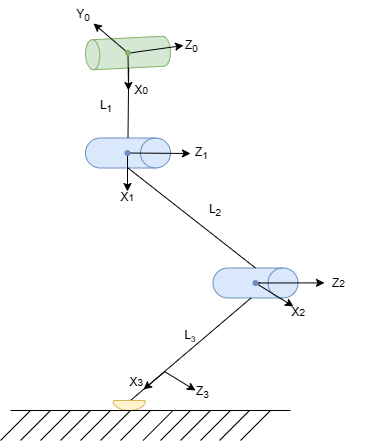
POMBNK/Diploma-2.0 keeps this draw.io diagram as img/kinematic.png. Above is the earlier version. Source tidied: cells renumbered, new cells last; positions are measured from the earlier drawing's top-left corner, leaving out a move shared by most shapes. The source it was exported from:
```xml
<mxGraphModel>
  <root>
    <mxCell id="0" />
    <mxCell id="1" parent="0" />
    <mxCell id="2" style="shape=cylinder3;whiteSpace=wrap;html=1;boundedLbl=1;backgroundOutline=1;size=7.160386827256957;rotation=-92.7;fillColor=#d5e8d4;strokeColor=#82b366;" parent="1" vertex="1">
      <mxGeometry x="112.5" y="10" width="30" height="85" as="geometry" />
    </mxCell>
    <mxCell id="3" style="shape=cylinder3;whiteSpace=wrap;html=1;boundedLbl=1;backgroundOutline=1;size=15;rotation=90;fillColor=#dae8fc;strokeColor=#6c8ebf;" parent="1" vertex="1">
      <mxGeometry x="112.5" y="110" width="30" height="85" as="geometry" />
    </mxCell>
    <mxCell id="4" style="shape=cylinder3;whiteSpace=wrap;html=1;boundedLbl=1;backgroundOutline=1;size=15;rotation=90;fillColor=#dae8fc;strokeColor=#6c8ebf;" parent="1" vertex="1">
      <mxGeometry x="240" y="240" width="30" height="85" as="geometry" />
    </mxCell>
    <mxCell id="5" style="endArrow=none;html=1;rounded=0;exitX=0;exitY=0.5;exitDx=0;exitDy=0;exitPerimeter=0;entryX=0;entryY=0.5;entryDx=0;entryDy=0;entryPerimeter=0;" parent="1" edge="1" source="3" target="2">
      <mxGeometry relative="1" as="geometry" />
    </mxCell>
    <mxCell id="6" style="endArrow=none;html=1;rounded=0;exitX=0;exitY=0.5;exitDx=0;exitDy=0;exitPerimeter=0;entryX=1;entryY=0.5;entryDx=0;entryDy=0;entryPerimeter=0;" parent="1" edge="1" source="4" target="3">
      <mxGeometry relative="1" as="geometry" />
    </mxCell>
    <mxCell id="7" style="endArrow=none;html=1;rounded=0;entryX=1.003;entryY=0.554;entryDx=0;entryDy=0;entryPerimeter=0;" parent="1" edge="1" target="4">
      <mxGeometry relative="1" as="geometry">
        <mxPoint x="130" y="400" as="sourcePoint" />
      </mxGeometry>
    </mxCell>
    <mxCell id="8" style="verticalLabelPosition=bottom;verticalAlign=top;html=1;shape=mxgraph.basic.half_circle;fillColor=#fff2cc;strokeColor=#d6b656;" parent="1" vertex="1">
      <mxGeometry x="112.5" y="400" width="32.5" height="10" as="geometry" />
    </mxCell>
    <mxCell id="9" style="endArrow=none;html=1;rounded=0;" parent="1" edge="1">
      <mxGeometry relative="1" as="geometry">
        <mxPoint x="10" y="410" as="sourcePoint" />
        <mxPoint x="290" y="410" as="targetPoint" />
      </mxGeometry>
    </mxCell>
    <mxCell id="10" style="endArrow=none;html=1;rounded=0;" parent="1" edge="1">
      <mxGeometry relative="1" as="geometry">
        <mxPoint y="440" as="sourcePoint" />
        <mxPoint x="30" y="410" as="targetPoint" />
      </mxGeometry>
    </mxCell>
    <mxCell id="11" style="endArrow=none;html=1;rounded=0;" parent="1" edge="1">
      <mxGeometry relative="1" as="geometry">
        <mxPoint x="20" y="440" as="sourcePoint" />
        <mxPoint x="50" y="410" as="targetPoint" />
      </mxGeometry>
    </mxCell>
    <mxCell id="12" style="endArrow=none;html=1;rounded=0;" parent="1" edge="1">
      <mxGeometry relative="1" as="geometry">
        <mxPoint x="40" y="440" as="sourcePoint" />
        <mxPoint x="70" y="410" as="targetPoint" />
      </mxGeometry>
    </mxCell>
    <mxCell id="13" style="endArrow=none;html=1;rounded=0;" parent="1" edge="1">
      <mxGeometry relative="1" as="geometry">
        <mxPoint x="60" y="440" as="sourcePoint" />
        <mxPoint x="90" y="410" as="targetPoint" />
      </mxGeometry>
    </mxCell>
    <mxCell id="14" style="endArrow=none;html=1;rounded=0;" parent="1" edge="1">
      <mxGeometry relative="1" as="geometry">
        <mxPoint x="80" y="440" as="sourcePoint" />
        <mxPoint x="110" y="410" as="targetPoint" />
      </mxGeometry>
    </mxCell>
    <mxCell id="15" style="endArrow=none;html=1;rounded=0;" parent="1" edge="1">
      <mxGeometry relative="1" as="geometry">
        <mxPoint x="100" y="440" as="sourcePoint" />
        <mxPoint x="130" y="410" as="targetPoint" />
      </mxGeometry>
    </mxCell>
    <mxCell id="16" style="endArrow=none;html=1;rounded=0;" parent="1" edge="1">
      <mxGeometry relative="1" as="geometry">
        <mxPoint x="120" y="440" as="sourcePoint" />
        <mxPoint x="150" y="410" as="targetPoint" />
      </mxGeometry>
    </mxCell>
    <mxCell id="17" style="endArrow=none;html=1;rounded=0;" parent="1" edge="1">
      <mxGeometry relative="1" as="geometry">
        <mxPoint x="142.5" y="440" as="sourcePoint" />
        <mxPoint x="172.5" y="410" as="targetPoint" />
      </mxGeometry>
    </mxCell>
    <mxCell id="18" style="endArrow=none;html=1;rounded=0;" parent="1" edge="1">
      <mxGeometry relative="1" as="geometry">
        <mxPoint x="160" y="440" as="sourcePoint" />
        <mxPoint x="190" y="410" as="targetPoint" />
      </mxGeometry>
    </mxCell>
    <mxCell id="19" style="endArrow=none;html=1;rounded=0;" parent="1" edge="1">
      <mxGeometry relative="1" as="geometry">
        <mxPoint x="180" y="440" as="sourcePoint" />
        <mxPoint x="210" y="410" as="targetPoint" />
      </mxGeometry>
    </mxCell>
    <mxCell id="20" style="endArrow=none;html=1;rounded=0;" parent="1" edge="1">
      <mxGeometry relative="1" as="geometry">
        <mxPoint x="200" y="440" as="sourcePoint" />
        <mxPoint x="230" y="410" as="targetPoint" />
      </mxGeometry>
    </mxCell>
    <mxCell id="21" style="endArrow=none;html=1;rounded=0;" parent="1" edge="1">
      <mxGeometry relative="1" as="geometry">
        <mxPoint x="219" y="440" as="sourcePoint" />
        <mxPoint x="249" y="410" as="targetPoint" />
      </mxGeometry>
    </mxCell>
    <mxCell id="22" style="endArrow=none;html=1;rounded=0;" parent="1" edge="1">
      <mxGeometry relative="1" as="geometry">
        <mxPoint x="240" y="440" as="sourcePoint" />
        <mxPoint x="270" y="410" as="targetPoint" />
      </mxGeometry>
    </mxCell>
    <mxCell id="23" style="endArrow=classic;html=1;rounded=0;exitX=0.461;exitY=0.631;exitDx=0;exitDy=0;exitPerimeter=0;" parent="1" edge="1" source="38">
      <mxGeometry relative="1" as="geometry">
        <mxPoint x="128" y="90" as="targetPoint" />
      </mxGeometry>
    </mxCell>
    <mxCell id="24" style="endArrow=classic;html=1;rounded=0;exitX=0.461;exitY=0.631;exitDx=0;exitDy=0;exitPerimeter=0;" parent="1" edge="1">
      <mxGeometry relative="1" as="geometry">
        <mxPoint x="130" y="52.4" as="sourcePoint" />
        <mxPoint x="183" y="45" as="targetPoint" />
      </mxGeometry>
    </mxCell>
    <mxCell id="25" style="endArrow=classic;html=1;rounded=0;" parent="1" edge="1" source="38">
      <mxGeometry relative="1" as="geometry">
        <mxPoint x="93" y="23" as="targetPoint" />
      </mxGeometry>
    </mxCell>
    <mxCell id="26" style="endArrow=classic;html=1;rounded=0;exitX=0.669;exitY=0.506;exitDx=0;exitDy=0;exitPerimeter=0;" parent="1" edge="1" source="28">
      <mxGeometry relative="1" as="geometry">
        <mxPoint x="190" y="153" as="targetPoint" />
      </mxGeometry>
    </mxCell>
    <mxCell id="27" style="endArrow=classic;html=1;rounded=0;exitX=0.669;exitY=0.506;exitDx=0;exitDy=0;exitPerimeter=0;" parent="1" edge="1">
      <mxGeometry relative="1" as="geometry">
        <mxPoint x="127" y="154" as="sourcePoint" />
        <mxPoint x="127" y="191" as="targetPoint" />
      </mxGeometry>
    </mxCell>
    <mxCell id="28" style="shape=waypoint;sketch=0;fillStyle=solid;size=6;points=[];fillColor=#dae8fc;perimeter=centerPerimeter;snapToPoint=1;strokeColor=#6c8ebf;" parent="1" vertex="1">
      <mxGeometry x="117" y="142.5" width="20" height="20" as="geometry" />
    </mxCell>
    <mxCell id="29" style="endArrow=classic;html=1;rounded=0;exitDx=0;exitDy=0;exitPerimeter=0;startArrow=none;" parent="1" edge="1" source="32">
      <mxGeometry relative="1" as="geometry">
        <mxPoint x="324" y="282.4" as="targetPoint" />
      </mxGeometry>
    </mxCell>
    <mxCell id="30" style="endArrow=none;html=1;rounded=0;exitX=0.669;exitY=0.506;exitDx=0;exitDy=0;exitPerimeter=0;" parent="1" edge="1" target="32">
      <mxGeometry relative="1" as="geometry">
        <mxPoint x="260" y="282.4" as="sourcePoint" />
      </mxGeometry>
    </mxCell>
    <mxCell id="31" style="endArrow=classic;html=1;rounded=0;" parent="1" edge="1" source="32">
      <mxGeometry relative="1" as="geometry">
        <mxPoint x="293" y="306" as="targetPoint" />
      </mxGeometry>
    </mxCell>
    <mxCell id="32" style="shape=waypoint;sketch=0;fillStyle=solid;size=6;points=[];fillColor=#dae8fc;perimeter=centerPerimeter;snapToPoint=1;strokeColor=#6c8ebf;" parent="1" vertex="1">
      <mxGeometry x="245" y="272.5" width="20" height="20" as="geometry" />
    </mxCell>
    <mxCell id="33" style="endArrow=classic;html=1;rounded=0;exitDx=0;exitDy=0;exitPerimeter=0;startArrow=none;" parent="1" edge="1">
      <mxGeometry relative="1" as="geometry">
        <mxPoint x="164" y="371" as="sourcePoint" />
        <mxPoint x="195" y="390" as="targetPoint" />
      </mxGeometry>
    </mxCell>
    <mxCell id="34" style="endArrow=classic;html=1;rounded=0;exitDx=0;exitDy=0;exitPerimeter=0;startArrow=none;" parent="1" edge="1">
      <mxGeometry relative="1" as="geometry">
        <mxPoint x="164.5" y="371" as="sourcePoint" />
        <mxPoint x="143" y="389" as="targetPoint" />
      </mxGeometry>
    </mxCell>
    <mxCell id="35" value="Y&lt;sub&gt;0&lt;/sub&gt;" style="text;html=1;strokeColor=none;fillColor=none;align=center;verticalAlign=middle;whiteSpace=wrap;rounded=0;" parent="1" vertex="1">
      <mxGeometry x="52.5" width="60" height="30" as="geometry" />
    </mxCell>
    <mxCell id="36" value="Z&lt;sub&gt;0&lt;/sub&gt;&amp;nbsp;" style="text;html=1;strokeColor=none;fillColor=none;align=center;verticalAlign=middle;whiteSpace=wrap;rounded=0;" parent="1" vertex="1">
      <mxGeometry x="163" y="31" width="60" height="30" as="geometry" />
    </mxCell>
    <mxCell id="37" value="&lt;sub&gt;&lt;span style=&quot;font-size: 12px;&quot;&gt;X&lt;/span&gt;0&lt;/sub&gt;&amp;nbsp;" style="text;html=1;strokeColor=none;fillColor=none;align=center;verticalAlign=middle;whiteSpace=wrap;rounded=0;" parent="1" vertex="1">
      <mxGeometry x="113" y="73" width="60" height="30" as="geometry" />
    </mxCell>
    <mxCell id="38" style="shape=waypoint;sketch=0;fillStyle=solid;size=6;points=[];fillColor=#d5e8d4;perimeter=centerPerimeter;snapToPoint=1;strokeColor=#82b366;" parent="1" vertex="1">
      <mxGeometry x="117.5" y="42.5" width="20" height="20" as="geometry" />
    </mxCell>
    <mxCell id="39" value="L&lt;sub&gt;1&lt;/sub&gt;" style="text;html=1;strokeColor=none;fillColor=none;align=center;verticalAlign=middle;whiteSpace=wrap;rounded=0;" parent="1" vertex="1">
      <mxGeometry x="76" y="91" width="60" height="30" as="geometry" />
    </mxCell>
    <mxCell id="40" value="L&lt;sub&gt;2&lt;/sub&gt;" style="text;html=1;strokeColor=none;fillColor=none;align=center;verticalAlign=middle;whiteSpace=wrap;rounded=0;" parent="1" vertex="1">
      <mxGeometry x="185" y="195" width="60" height="30" as="geometry" />
    </mxCell>
    <mxCell id="41" value="&lt;sub&gt;&lt;span style=&quot;font-size: 12px;&quot;&gt;X&lt;/span&gt;1&lt;/sub&gt;&amp;nbsp;" style="text;html=1;strokeColor=none;fillColor=none;align=center;verticalAlign=middle;whiteSpace=wrap;rounded=0;" parent="1" vertex="1">
      <mxGeometry x="98.8" y="180" width="60" height="30" as="geometry" />
    </mxCell>
    <mxCell id="42" value="Z&lt;sub&gt;1&lt;/sub&gt;&amp;nbsp;" style="text;html=1;strokeColor=none;fillColor=none;align=center;verticalAlign=middle;whiteSpace=wrap;rounded=0;" parent="1" vertex="1">
      <mxGeometry x="173" y="137.5" width="60" height="30" as="geometry" />
    </mxCell>
    <mxCell id="43" value="&lt;sub&gt;&lt;span style=&quot;font-size: 12px;&quot;&gt;X&lt;/span&gt;2&lt;/sub&gt;&amp;nbsp;" style="text;html=1;strokeColor=none;fillColor=none;align=center;verticalAlign=middle;whiteSpace=wrap;rounded=0;" parent="1" vertex="1">
      <mxGeometry x="270" y="295" width="60" height="30" as="geometry" />
    </mxCell>
    <mxCell id="44" value="Z&lt;sub&gt;3&lt;/sub&gt;&amp;nbsp;" style="text;html=1;strokeColor=none;fillColor=none;align=center;verticalAlign=middle;whiteSpace=wrap;rounded=0;" parent="1" vertex="1">
      <mxGeometry x="174" y="377" width="60" height="30" as="geometry" />
    </mxCell>
    <mxCell id="45" value="&lt;sub&gt;&lt;span style=&quot;font-size: 12px;&quot;&gt;X&lt;/span&gt;3&lt;/sub&gt;&amp;nbsp;" style="text;html=1;strokeColor=none;fillColor=none;align=center;verticalAlign=middle;whiteSpace=wrap;rounded=0;" parent="1" vertex="1">
      <mxGeometry x="108" y="365" width="60" height="30" as="geometry" />
    </mxCell>
    <mxCell id="46" value="Z&lt;span style=&quot;font-size: 10px;&quot;&gt;2&lt;/span&gt;&amp;nbsp;" style="text;html=1;strokeColor=none;fillColor=none;align=center;verticalAlign=middle;whiteSpace=wrap;rounded=0;" parent="1" vertex="1">
      <mxGeometry x="310" y="267.5" width="60" height="30" as="geometry" />
    </mxCell>
    <mxCell id="47" value="L&lt;span style=&quot;font-size: 10px;&quot;&gt;&lt;sub&gt;3&lt;/sub&gt;&lt;/span&gt;" style="text;html=1;strokeColor=none;fillColor=none;align=center;verticalAlign=middle;whiteSpace=wrap;rounded=0;" parent="1" vertex="1">
      <mxGeometry x="160" y="320" width="60" height="30" as="geometry" />
    </mxCell>
  </root>
</mxGraphModel>
```
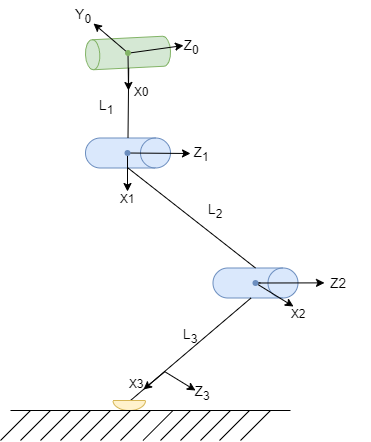
Later version of the same file.

Change to the diagram source:
```diff
@@ -169,43 +169,43 @@
         <mxPoint x="143" y="389" as="targetPoint" />
       </mxGeometry>
     </mxCell>
-    <mxCell id="35" value="Y&lt;sub&gt;0&lt;/sub&gt;" style="text;html=1;strokeColor=none;fillColor=none;align=center;verticalAlign=middle;whiteSpace=wrap;rounded=0;" parent="1" vertex="1">
+    <mxCell id="35" value="&lt;font style=&quot;font-size: 14px;&quot;&gt;Y&lt;sub&gt;0&lt;/sub&gt;&lt;/font&gt;" style="text;html=1;strokeColor=none;fillColor=none;align=center;verticalAlign=middle;whiteSpace=wrap;rounded=0;" parent="1" vertex="1">
       <mxGeometry x="52.5" width="60" height="30" as="geometry" />
     </mxCell>
-    <mxCell id="36" value="Z&lt;sub&gt;0&lt;/sub&gt;&amp;nbsp;" style="text;html=1;strokeColor=none;fillColor=none;align=center;verticalAlign=middle;whiteSpace=wrap;rounded=0;" parent="1" vertex="1">
+    <mxCell id="36" value="&lt;font style=&quot;font-size: 14px;&quot;&gt;Z&lt;sub&gt;0&lt;/sub&gt;&amp;nbsp;&lt;/font&gt;" style="text;html=1;strokeColor=none;fillColor=none;align=center;verticalAlign=middle;whiteSpace=wrap;rounded=0;" parent="1" vertex="1">
       <mxGeometry x="163" y="31" width="60" height="30" as="geometry" />
     </mxCell>
-    <mxCell id="37" value="&lt;sub&gt;&lt;span style=&quot;font-size: 12px;&quot;&gt;X&lt;/span&gt;0&lt;/sub&gt;&amp;nbsp;" style="text;html=1;strokeColor=none;fillColor=none;align=center;verticalAlign=middle;whiteSpace=wrap;rounded=0;" parent="1" vertex="1">
+    <mxCell id="37" value="&lt;font style=&quot;font-size: 14px;&quot;&gt;&lt;sub&gt;X0&lt;/sub&gt;&amp;nbsp;&lt;/font&gt;" style="text;html=1;strokeColor=none;fillColor=none;align=center;verticalAlign=middle;whiteSpace=wrap;rounded=0;" parent="1" vertex="1">
       <mxGeometry x="113" y="73" width="60" height="30" as="geometry" />
     </mxCell>
     <mxCell id="38" style="shape=waypoint;sketch=0;fillStyle=solid;size=6;points=[];fillColor=#d5e8d4;perimeter=centerPerimeter;snapToPoint=1;strokeColor=#82b366;" parent="1" vertex="1">
       <mxGeometry x="117.5" y="42.5" width="20" height="20" as="geometry" />
     </mxCell>
-    <mxCell id="39" value="L&lt;sub&gt;1&lt;/sub&gt;" style="text;html=1;strokeColor=none;fillColor=none;align=center;verticalAlign=middle;whiteSpace=wrap;rounded=0;" parent="1" vertex="1">
+    <mxCell id="39" value="&lt;font style=&quot;font-size: 14px;&quot;&gt;L&lt;sub&gt;1&lt;/sub&gt;&lt;/font&gt;" style="text;html=1;strokeColor=none;fillColor=none;align=center;verticalAlign=middle;whiteSpace=wrap;rounded=0;" parent="1" vertex="1">
       <mxGeometry x="76" y="91" width="60" height="30" as="geometry" />
     </mxCell>
-    <mxCell id="40" value="L&lt;sub&gt;2&lt;/sub&gt;" style="text;html=1;strokeColor=none;fillColor=none;align=center;verticalAlign=middle;whiteSpace=wrap;rounded=0;" parent="1" vertex="1">
+    <mxCell id="40" value="&lt;font style=&quot;font-size: 14px;&quot;&gt;L&lt;sub&gt;2&lt;/sub&gt;&lt;/font&gt;" style="text;html=1;strokeColor=none;fillColor=none;align=center;verticalAlign=middle;whiteSpace=wrap;rounded=0;" parent="1" vertex="1">
       <mxGeometry x="185" y="195" width="60" height="30" as="geometry" />
     </mxCell>
-    <mxCell id="41" value="&lt;sub&gt;&lt;span style=&quot;font-size: 12px;&quot;&gt;X&lt;/span&gt;1&lt;/sub&gt;&amp;nbsp;" style="text;html=1;strokeColor=none;fillColor=none;align=center;verticalAlign=middle;whiteSpace=wrap;rounded=0;" parent="1" vertex="1">
+    <mxCell id="41" value="&lt;font style=&quot;font-size: 14px;&quot;&gt;&lt;sub&gt;X1&lt;/sub&gt;&amp;nbsp;&lt;/font&gt;" style="text;html=1;strokeColor=none;fillColor=none;align=center;verticalAlign=middle;whiteSpace=wrap;rounded=0;" parent="1" vertex="1">
       <mxGeometry x="98.8" y="180" width="60" height="30" as="geometry" />
     </mxCell>
-    <mxCell id="42" value="Z&lt;sub&gt;1&lt;/sub&gt;&amp;nbsp;" style="text;html=1;strokeColor=none;fillColor=none;align=center;verticalAlign=middle;whiteSpace=wrap;rounded=0;" parent="1" vertex="1">
+    <mxCell id="42" value="&lt;font style=&quot;font-size: 14px;&quot;&gt;Z&lt;sub&gt;1&lt;/sub&gt;&amp;nbsp;&lt;/font&gt;" style="text;html=1;strokeColor=none;fillColor=none;align=center;verticalAlign=middle;whiteSpace=wrap;rounded=0;" parent="1" vertex="1">
       <mxGeometry x="173" y="137.5" width="60" height="30" as="geometry" />
     </mxCell>
-    <mxCell id="43" value="&lt;sub&gt;&lt;span style=&quot;font-size: 12px;&quot;&gt;X&lt;/span&gt;2&lt;/sub&gt;&amp;nbsp;" style="text;html=1;strokeColor=none;fillColor=none;align=center;verticalAlign=middle;whiteSpace=wrap;rounded=0;" parent="1" vertex="1">
+    <mxCell id="43" value="&lt;font style=&quot;font-size: 14px;&quot;&gt;&lt;sub&gt;X2&lt;/sub&gt;&amp;nbsp;&lt;/font&gt;" style="text;html=1;strokeColor=none;fillColor=none;align=center;verticalAlign=middle;whiteSpace=wrap;rounded=0;" parent="1" vertex="1">
       <mxGeometry x="270" y="295" width="60" height="30" as="geometry" />
     </mxCell>
-    <mxCell id="44" value="Z&lt;sub&gt;3&lt;/sub&gt;&amp;nbsp;" style="text;html=1;strokeColor=none;fillColor=none;align=center;verticalAlign=middle;whiteSpace=wrap;rounded=0;" parent="1" vertex="1">
+    <mxCell id="44" value="&lt;font style=&quot;font-size: 14px;&quot;&gt;Z&lt;sub&gt;3&lt;/sub&gt;&amp;nbsp;&lt;/font&gt;" style="text;html=1;strokeColor=none;fillColor=none;align=center;verticalAlign=middle;whiteSpace=wrap;rounded=0;" parent="1" vertex="1">
       <mxGeometry x="174" y="377" width="60" height="30" as="geometry" />
     </mxCell>
-    <mxCell id="45" value="&lt;sub&gt;&lt;span style=&quot;font-size: 12px;&quot;&gt;X&lt;/span&gt;3&lt;/sub&gt;&amp;nbsp;" style="text;html=1;strokeColor=none;fillColor=none;align=center;verticalAlign=middle;whiteSpace=wrap;rounded=0;" parent="1" vertex="1">
+    <mxCell id="45" value="&lt;font style=&quot;font-size: 14px;&quot;&gt;&lt;sub&gt;X3&lt;/sub&gt;&amp;nbsp;&lt;/font&gt;" style="text;html=1;strokeColor=none;fillColor=none;align=center;verticalAlign=middle;whiteSpace=wrap;rounded=0;" parent="1" vertex="1">
       <mxGeometry x="108" y="365" width="60" height="30" as="geometry" />
     </mxCell>
-    <mxCell id="46" value="Z&lt;span style=&quot;font-size: 10px;&quot;&gt;2&lt;/span&gt;&amp;nbsp;" style="text;html=1;strokeColor=none;fillColor=none;align=center;verticalAlign=middle;whiteSpace=wrap;rounded=0;" parent="1" vertex="1">
+    <mxCell id="46" value="&lt;font style=&quot;font-size: 14px;&quot;&gt;Z2&amp;nbsp;&lt;/font&gt;" style="text;html=1;strokeColor=none;fillColor=none;align=center;verticalAlign=middle;whiteSpace=wrap;rounded=0;" parent="1" vertex="1">
       <mxGeometry x="310" y="267.5" width="60" height="30" as="geometry" />
     </mxCell>
-    <mxCell id="47" value="L&lt;span style=&quot;font-size: 10px;&quot;&gt;&lt;sub&gt;3&lt;/sub&gt;&lt;/span&gt;" style="text;html=1;strokeColor=none;fillColor=none;align=center;verticalAlign=middle;whiteSpace=wrap;rounded=0;" parent="1" vertex="1">
+    <mxCell id="47" value="&lt;font style=&quot;font-size: 14px;&quot;&gt;L&lt;sub style=&quot;&quot;&gt;3&lt;/sub&gt;&lt;/font&gt;" style="text;html=1;strokeColor=none;fillColor=none;align=center;verticalAlign=middle;whiteSpace=wrap;rounded=0;" parent="1" vertex="1">
       <mxGeometry x="160" y="320" width="60" height="30" as="geometry" />
     </mxCell>
   </root>
```
